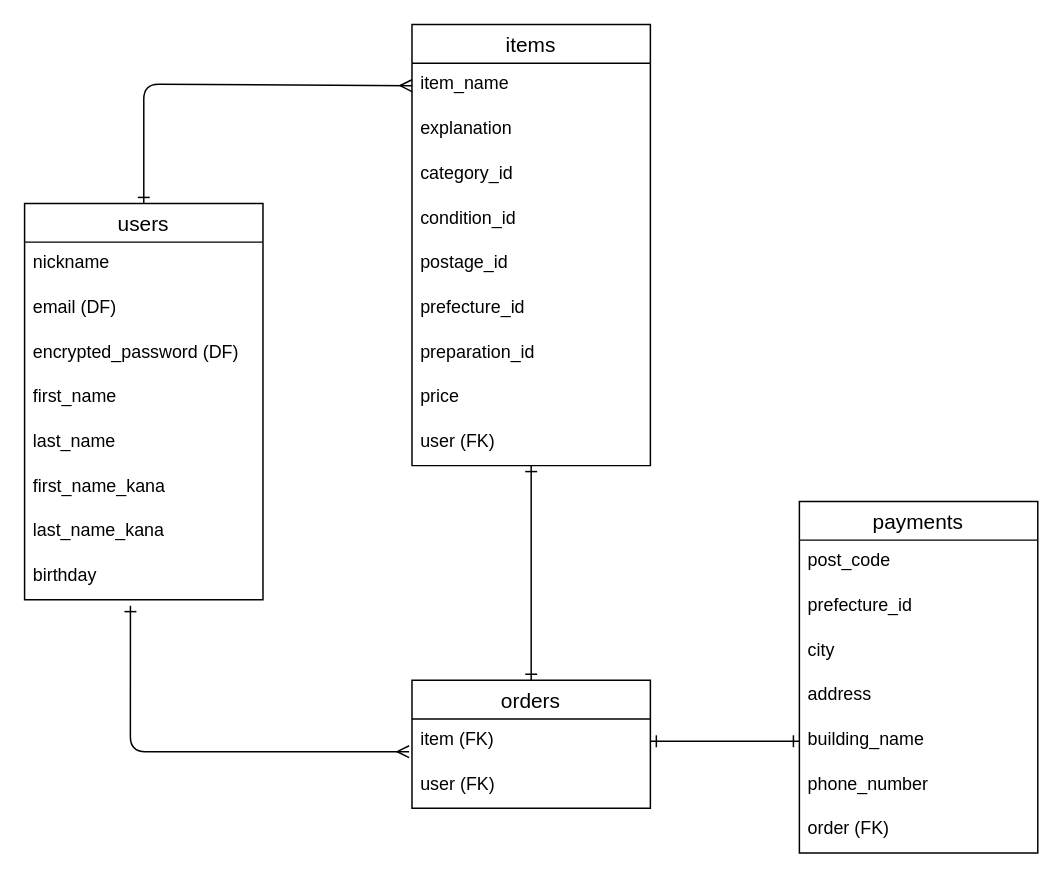
Before: FURIMA-38877.dio in NRM129/furima-38877, a draw.io diagram. Source tidied: cells renumbered, new cells numbered last; positions are measured from the earlier drawing's top-left corner, leaving out a move shared by most shapes. Both pictures are drawn from the tidied source at 149%, with x=0, y=0 at pixel (24, 24).
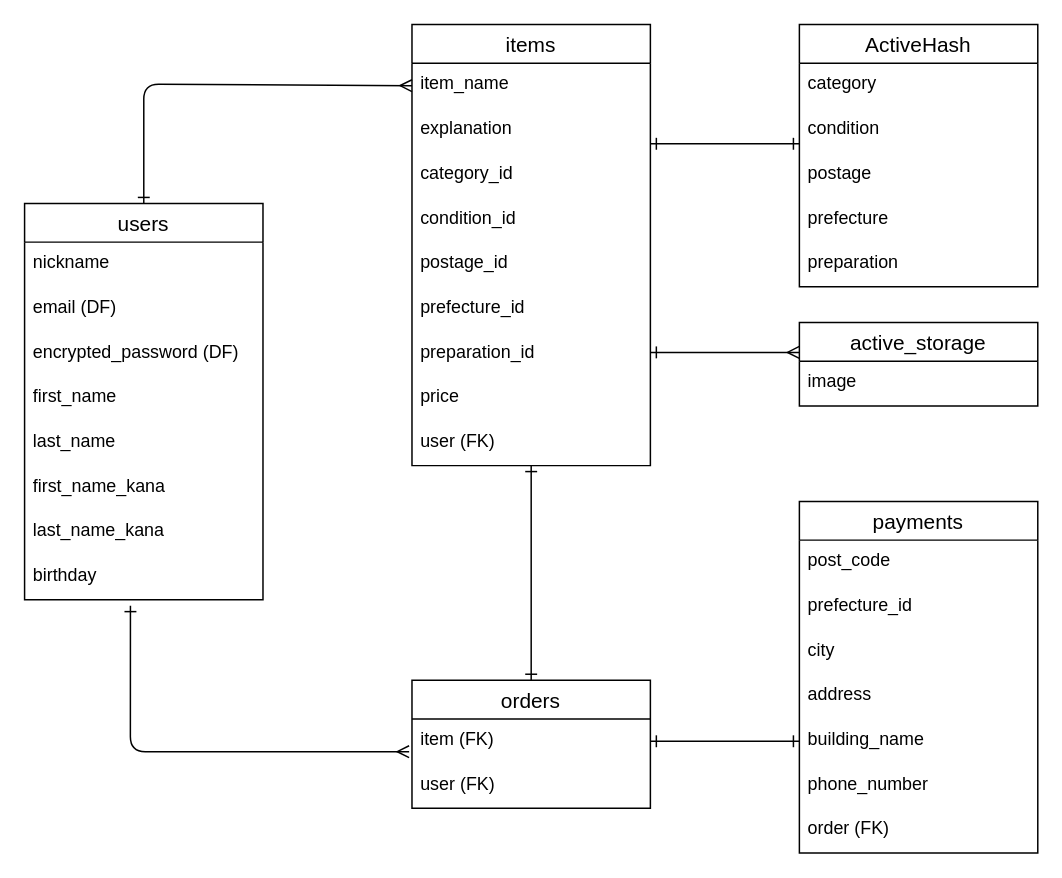
Above is the later version.

Diff of the diagram source:
```diff
@@
+    <mxCell id="36" value="ActiveHash" style="swimlane;fontStyle=0;horizontal=1;startSize=26;align=center;fontSize=14;" parent="1" vertex="1">
+      <mxGeometry x="520" width="160" height="176" as="geometry" />
+    </mxCell>
+    <mxCell id="37" value="category" style="text;strokeColor=none;fillColor=none;spacingLeft=4;spacingRight=4;overflow=hidden;fontSize=12;" parent="36" vertex="1">
+      <mxGeometry y="26" width="160" height="30" as="geometry" />
+    </mxCell>
+    <mxCell id="38" value="condition" style="text;strokeColor=none;fillColor=none;spacingLeft=4;spacingRight=4;overflow=hidden;fontSize=12;" parent="36" vertex="1">
+      <mxGeometry y="56" width="160" height="30" as="geometry" />
+    </mxCell>
+    <mxCell id="39" value="postage" style="text;strokeColor=none;fillColor=none;spacingLeft=4;spacingRight=4;overflow=hidden;fontSize=12;" parent="36" vertex="1">
+      <mxGeometry y="86" width="160" height="30" as="geometry" />
+    </mxCell>
+    <mxCell id="40" value="prefecture" style="text;strokeColor=none;fillColor=none;spacingLeft=4;spacingRight=4;overflow=hidden;fontSize=12;" parent="36" vertex="1">
+      <mxGeometry y="116" width="160" height="30" as="geometry" />
+    </mxCell>
+    <mxCell id="41" value="preparation" style="text;strokeColor=none;fillColor=none;spacingLeft=4;spacingRight=4;overflow=hidden;fontSize=12;" parent="36" vertex="1">
+      <mxGeometry y="146" width="160" height="30" as="geometry" />
+    </mxCell>
+    <mxCell id="42" style="html=1;exitX=1;exitY=0.5;exitDx=0;exitDy=0;entryX=0;entryY=0.5;entryDx=0;entryDy=0;endArrow=ERone;endFill=0;startArrow=ERone;startFill=0;" parent="1" edge="1">
+      <mxGeometry relative="1" as="geometry">
+        <mxPoint x="420" y="80" as="sourcePoint" />
+        <mxPoint x="520" y="80" as="targetPoint" />
+      </mxGeometry>
+    </mxCell>
+    <mxCell id="43" value="active_storage" style="swimlane;fontStyle=0;horizontal=1;startSize=26;align=center;fontSize=14;" parent="1" vertex="1">
+      <mxGeometry x="520" y="200" width="160" height="56" as="geometry" />
+    </mxCell>
+    <mxCell id="44" value="image" style="text;strokeColor=none;fillColor=none;spacingLeft=4;spacingRight=4;overflow=hidden;fontSize=12;" parent="43" vertex="1">
+      <mxGeometry y="26" width="160" height="30" as="geometry" />
+    </mxCell>
+    <mxCell id="45" style="html=1;exitX=1;exitY=0.5;exitDx=0;exitDy=0;entryX=0;entryY=0.5;entryDx=0;entryDy=0;endArrow=ERmany;endFill=0;startArrow=ERone;startFill=0;" parent="1" edge="1">
+      <mxGeometry relative="1" as="geometry">
+        <mxPoint x="420" y="220" as="sourcePoint" />
+        <mxPoint x="520" y="220" as="targetPoint" />
+      </mxGeometry>
+    </mxCell>
```
